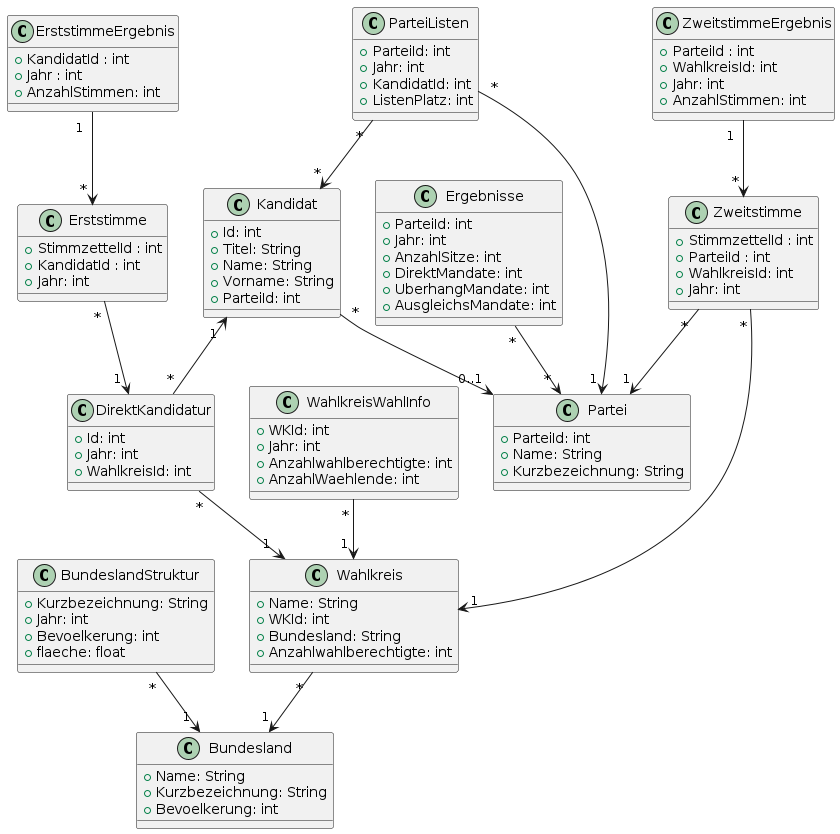
RayenManai/BundestagswahlInformationssystem keeps this PlantUML diagram as resources/wahlen.png. Above is the earlier version. The source it was exported from:
```plantuml
@startuml

class Ergebnisse {
  + ParteiId: int
  + Jahr: int
  + AnzahlSitze: int
  + DirektMandate: int
  + UberhangMandate: int
  + AusgleichsMandate: int
}

class ErststimmeErgebnis {
   + KandidatId : int
   + Jahr : int
   + AnzahlStimmen: int
}

class ZweitstimmeErgebnis {
   + ParteiId : int
   + WahlkreisId: int
   + Jahr: int
   + AnzahlStimmen: int
}

class Erststimme {
   + StimmzettelId : int
   + KandidatId : int
   + Jahr: int
}

class Zweitstimme {
   + StimmzettelId : int
   + ParteiId : int
   + WahlkreisId: int
   + Jahr: int
}

class Wahlkreis {
  + Name: String
  + WKId: int
  + Bundesland: String
  + Anzahlwahlberechtigte: int
}

class WahlkreisWahlInfo {
  + WKId: int
  + Jahr: int
  + Anzahlwahlberechtigte: int
  + AnzahlWaehlende: int
}

class Bundesland {
  + Name: String
  + Kurzbezeichnung: String
  + Bevoelkerung: int
}

class BundeslandStruktur {
  + Kurzbezeichnung: String
  + Jahr: int
  + Bevoelkerung: int
  + flaeche: float
}

class Kandidat {
  + Id: int
  + Titel: String
  + Name: String
  + Vorname: String
  + ParteiId: int
}

class DirektKandidatur {
  + Id: int
  + Jahr: int
  + WahlkreisId: int
}

class Partei {
  + ParteiId: int
  + Name: String
  + Kurzbezeichnung: String
}

class ParteiListen {
  + ParteiId: int
  + Jahr: int
  + KandidatId: int
  + ListenPlatz: int
}



Wahlkreis " * " --> " 1 " Bundesland

WahlkreisWahlInfo " * " --> " 1 " Wahlkreis

BundeslandStruktur " * " --> " 1 " Bundesland


ParteiListen " * " --> " 1 " Partei

ParteiListen " * " -->  " * " Kandidat

Kandidat " *  " --> " 0..1 " Partei

Kandidat " 1 " <-- " * " DirektKandidatur

DirektKandidatur " * " --> " 1 " Wahlkreis

Zweitstimme "  * " --> " 1 " Partei

Zweitstimme " * " --> " 1 " Wahlkreis

Erststimme " * " --> " 1 " DirektKandidatur

Ergebnisse  " * "  --> " * "  Partei

ZweitstimmeErgebnis " 1  " --> " * "  Zweitstimme

ErststimmeErgebnis " 1  " --> " * "  Erststimme


@enduml
```
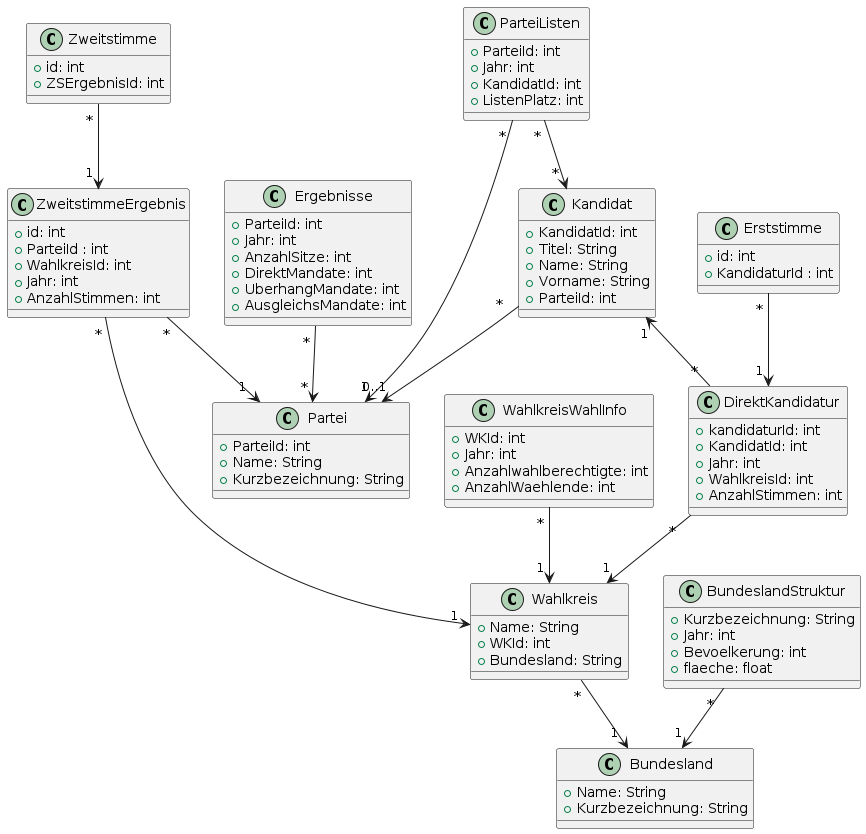
After the change.

Diff of the diagram source:
```diff
@@ -9,37 +9,29 @@
   + AusgleichsMandate: int
 }
 
-class ErststimmeErgebnis {
-   + KandidatId : int
-   + Jahr : int
-   + AnzahlStimmen: int
+class Erststimme {
+   + id: int
+   + KandidaturId : int
 }
 
+
 class ZweitstimmeErgebnis {
+   + id: int
    + ParteiId : int
    + WahlkreisId: int
    + Jahr: int
    + AnzahlStimmen: int
 }
 
-class Erststimme {
-   + StimmzettelId : int
-   + KandidatId : int
-   + Jahr: int
-}
-
 class Zweitstimme {
-   + StimmzettelId : int
-   + ParteiId : int
-   + WahlkreisId: int
-   + Jahr: int
+   + id: int
+   + ZSErgebnisId: int
 }
 
 class Wahlkreis {
   + Name: String
   + WKId: int
   + Bundesland: String
-  + Anzahlwahlberechtigte: int
 }
 
 class WahlkreisWahlInfo {
@@ -52,7 +44,6 @@
 class Bundesland {
   + Name: String
   + Kurzbezeichnung: String
-  + Bevoelkerung: int
 }
 
 class BundeslandStruktur {
@@ -63,7 +54,7 @@
 }
 
 class Kandidat {
-  + Id: int
+  + KandidatId: int
   + Titel: String
   + Name: String
   + Vorname: String
@@ -71,9 +62,11 @@
 }
 
 class DirektKandidatur {
-  + Id: int
+  + kandidaturId: int
+  + KandidatId: int
   + Jahr: int
   + WahlkreisId: int
+  + AnzahlStimmen: int
 }
 
 class Partei {
@@ -108,17 +101,16 @@
 
 DirektKandidatur " * " --> " 1 " Wahlkreis
 
-Zweitstimme "  * " --> " 1 " Partei
+ZweitstimmeErgebnis "  * " --> " 1 " Partei
 
-Zweitstimme " * " --> " 1 " Wahlkreis
+ZweitstimmeErgebnis " * " --> " 1 " Wahlkreis
+
+
+Ergebnisse  " * "  --> " * "  Partei
 
 Erststimme " * " --> " 1 " DirektKandidatur
 
-Ergebnisse  " * "  --> " * "  Partei
-
-ZweitstimmeErgebnis " 1  " --> " * "  Zweitstimme
-
-ErststimmeErgebnis " 1  " --> " * "  Erststimme
+Zweitstimme " * " --> " 1 " ZweitstimmeErgebnis
 
 
 @enduml
```
